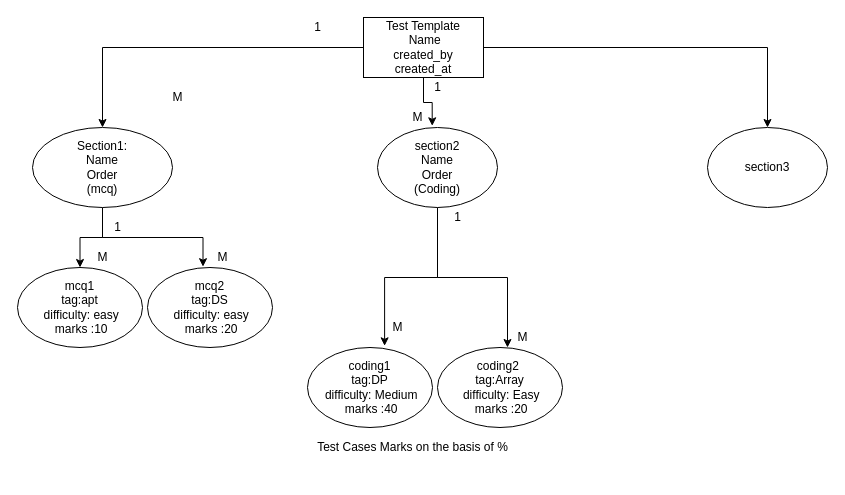
This is Flow.drawio from manishsarswa/golang-, a draw.io file, before an edit. Source tidied: cells renumbered, new cells numbered last; positions are measured from the earlier drawing's top-left corner, leaving out a move shared by most shapes. Both pictures are drawn from the tidied source at 100%, with x=0, y=0 at pixel (17, 17).
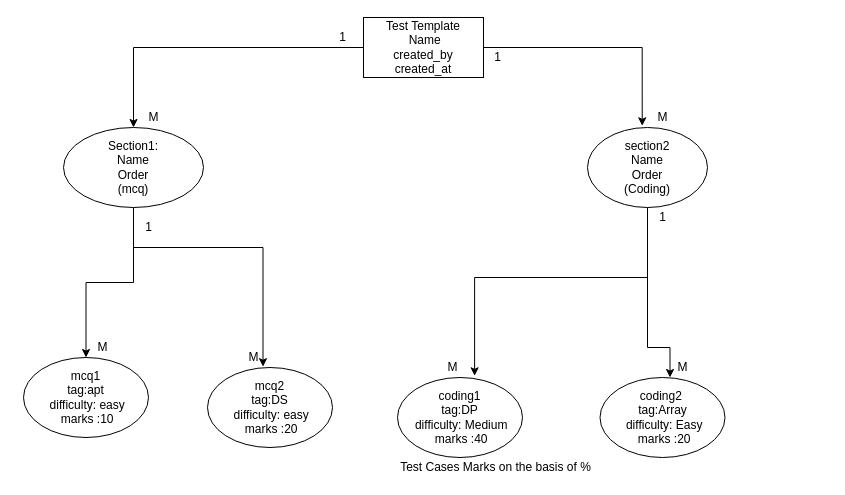
After the change.

The change refers to these unchanged cells:
```xml
<mxCell id="6" value="Test Template&lt;br&gt;&amp;nbsp;Name&lt;br&gt;created_by&lt;br&gt;created_at" style="rounded=0;whiteSpace=wrap;html=1;" parent="1" vertex="1">
  <mxGeometry x="346" width="120" height="60" as="geometry" />
</mxCell>
```

What changed in the source:
```diff
@@
-    <mxCell id="5" style="edgeStyle=orthogonalEdgeStyle;rounded=0;jettySize=auto;html=1;" parent="1" edge="1" source="6" target="13">
-      <mxGeometry relative="1" as="geometry" />
-    </mxCell>
@@
     <mxCell id="8" style="edgeStyle=orthogonalEdgeStyle;rounded=0;jettySize=auto;html=1;entryX=0.444;entryY=-0.01;entryDx=0;entryDy=0;entryPerimeter=0;" parent="1" edge="1" source="9" target="19">
-      <mxGeometry relative="1" as="geometry" />
+      <mxGeometry relative="1" as="geometry">
+        <Array as="points">
+          <mxPoint x="116" y="230" />
+          <mxPoint x="246" y="230" />
+        </Array>
+      </mxGeometry>
     </mxCell>
     <mxCell id="9" value="Section1:&lt;br&gt;Name&lt;br&gt;Order&lt;br&gt;(mcq)" style="ellipse;whiteSpace=wrap;html=1;" parent="1" vertex="1">
-      <mxGeometry x="15" y="110" width="140" height="80" as="geometry" />
+      <mxGeometry x="46" y="110" width="140" height="80" as="geometry" />
     </mxCell>
     <mxCell id="10" style="edgeStyle=orthogonalEdgeStyle;rounded=0;jettySize=auto;html=1;exitX=0.5;exitY=1;exitDx=0;exitDy=0;entryX=0.617;entryY=-0.021;entryDx=0;entryDy=0;entryPerimeter=0;" parent="1" edge="1" source="12" target="20">
       <mxGeometry relative="1" as="geometry">
         <Array as="points">
-          <mxPoint x="420" y="260" />
-          <mxPoint x="367" y="260" />
+          <mxPoint x="630" y="260" />
+          <mxPoint x="457" y="260" />
         </Array>
       </mxGeometry>
     </mxCell>
     <mxCell id="11" style="edgeStyle=orthogonalEdgeStyle;rounded=0;jettySize=auto;html=1;entryX=0.56;entryY=0;entryDx=0;entryDy=0;entryPerimeter=0;" parent="1" edge="1" source="12" target="21">
-      <mxGeometry relative="1" as="geometry" />
+      <mxGeometry relative="1" as="geometry">
+        <Array as="points">
+          <mxPoint x="630" y="330" />
+        </Array>
+      </mxGeometry>
     </mxCell>
     <mxCell id="12" value="section2&lt;br&gt;Name&lt;br&gt;Order&lt;br&gt;(Coding)" style="ellipse;whiteSpace=wrap;html=1;" parent="1" vertex="1">
-      <mxGeometry x="360" y="110" width="120" height="80" as="geometry" />
+      <mxGeometry x="570" y="110" width="120" height="80" as="geometry" />
     </mxCell>
-    <mxCell id="13" value="section3" style="ellipse;whiteSpace=wrap;html=1;" parent="1" vertex="1">
-      <mxGeometry x="690" y="110" width="120" height="80" as="geometry" />
-    </mxCell>
     <mxCell id="14" value="1" style="text;html=1;align=center;verticalAlign=middle;" parent="1" vertex="1">
-      <mxGeometry x="290" width="20" height="20" as="geometry" />
+      <mxGeometry x="315" y="10" width="20" height="20" as="geometry" />
     </mxCell>
     <mxCell id="15" value="M" style="text;html=1;align=center;verticalAlign=middle;" parent="1" vertex="1">
-      <mxGeometry x="145" y="70" width="30" height="20" as="geometry" />
+      <mxGeometry x="121" y="90" width="30" height="20" as="geometry" />
     </mxCell>
     <mxCell id="16" value="1" style="text;html=1;align=center;verticalAlign=middle;" parent="1" vertex="1">
-      <mxGeometry x="410" y="60" width="20" height="20" as="geometry" />
+      <mxGeometry x="470" y="30" width="20" height="20" as="geometry" />
     </mxCell>
     <mxCell id="17" value="M" style="text;html=1;align=center;verticalAlign=middle;" parent="1" vertex="1">
-      <mxGeometry x="385" y="90" width="30" height="20" as="geometry" />
+      <mxGeometry x="630" y="90" width="30" height="20" as="geometry" />
     </mxCell>
     <mxCell id="18" value="mcq1 &lt;br&gt;tag:apt&lt;br&gt;&amp;nbsp;difficulty: easy&lt;br&gt;&amp;nbsp;marks :10" style="ellipse;whiteSpace=wrap;html=1;" parent="1" vertex="1">
-      <mxGeometry y="250" width="125" height="80" as="geometry" />
+      <mxGeometry x="6" y="340" width="125" height="80" as="geometry" />
     </mxCell>
     <mxCell id="19" value="mcq2 &lt;br&gt;tag:DS&lt;br&gt;&amp;nbsp;difficulty: easy&lt;br&gt;&amp;nbsp;marks :20" style="ellipse;whiteSpace=wrap;html=1;" parent="1" vertex="1">
-      <mxGeometry x="130" y="250" width="125" height="80" as="geometry" />
+      <mxGeometry x="190" y="350" width="125" height="80" as="geometry" />
     </mxCell>
     <mxCell id="20" value="coding1 &lt;br&gt;tag:DP&lt;br&gt;&amp;nbsp;difficulty: Medium&lt;br&gt;&amp;nbsp;marks :40" style="ellipse;whiteSpace=wrap;html=1;" parent="1" vertex="1">
-      <mxGeometry x="290" y="330" width="125" height="80" as="geometry" />
+      <mxGeometry x="380" y="360" width="125" height="80" as="geometry" />
     </mxCell>
     <mxCell id="21" value="coding2&amp;nbsp;&lt;br&gt;tag:Array&lt;br&gt;&amp;nbsp;difficulty: Easy&lt;br&gt;&amp;nbsp;marks :20" style="ellipse;whiteSpace=wrap;html=1;" parent="1" vertex="1">
-      <mxGeometry x="420" y="330" width="125" height="80" as="geometry" />
+      <mxGeometry x="582.5" y="360" width="125" height="80" as="geometry" />
     </mxCell>
     <mxCell id="22" value="M" style="text;html=1;align=center;verticalAlign=middle;" parent="1" vertex="1">
-      <mxGeometry x="190" y="230" width="30" height="20" as="geometry" />
+      <mxGeometry x="221" y="330" width="30" height="20" as="geometry" />
     </mxCell>
     <mxCell id="23" value="1" style="text;html=1;align=center;verticalAlign=middle;" parent="1" vertex="1">
-      <mxGeometry x="430" y="190" width="20" height="20" as="geometry" />
+      <mxGeometry x="635" y="190" width="20" height="20" as="geometry" />
     </mxCell>
     <mxCell id="24" value="M" style="text;html=1;align=center;verticalAlign=middle;" parent="1" vertex="1">
-      <mxGeometry x="365" y="300" width="30" height="20" as="geometry" />
+      <mxGeometry x="420" y="340" width="30" height="20" as="geometry" />
     </mxCell>
     <mxCell id="25" value="Test Cases Marks on the basis of %" style="text;html=1;align=center;verticalAlign=middle;" parent="1" vertex="1">
-      <mxGeometry x="290" y="420" width="210" height="20" as="geometry" />
+      <mxGeometry x="372.5" y="440" width="210" height="20" as="geometry" />
     </mxCell>
     <mxCell id="26" value="1" style="text;html=1;align=center;verticalAlign=middle;" parent="1" vertex="1">
-      <mxGeometry x="90" y="200" width="20" height="20" as="geometry" />
+      <mxGeometry x="121" y="200" width="20" height="20" as="geometry" />
     </mxCell>
     <mxCell id="27" value="M" style="text;html=1;align=center;verticalAlign=middle;" parent="1" vertex="1">
-      <mxGeometry x="70" y="230" width="30" height="20" as="geometry" />
+      <mxGeometry x="70" y="320" width="30" height="20" as="geometry" />
     </mxCell>
     <mxCell id="28" value="M" style="text;html=1;align=center;verticalAlign=middle;" parent="1" vertex="1">
-      <mxGeometry x="490" y="310" width="30" height="20" as="geometry" />
+      <mxGeometry x="650" y="340" width="30" height="20" as="geometry" />
     </mxCell>
```
